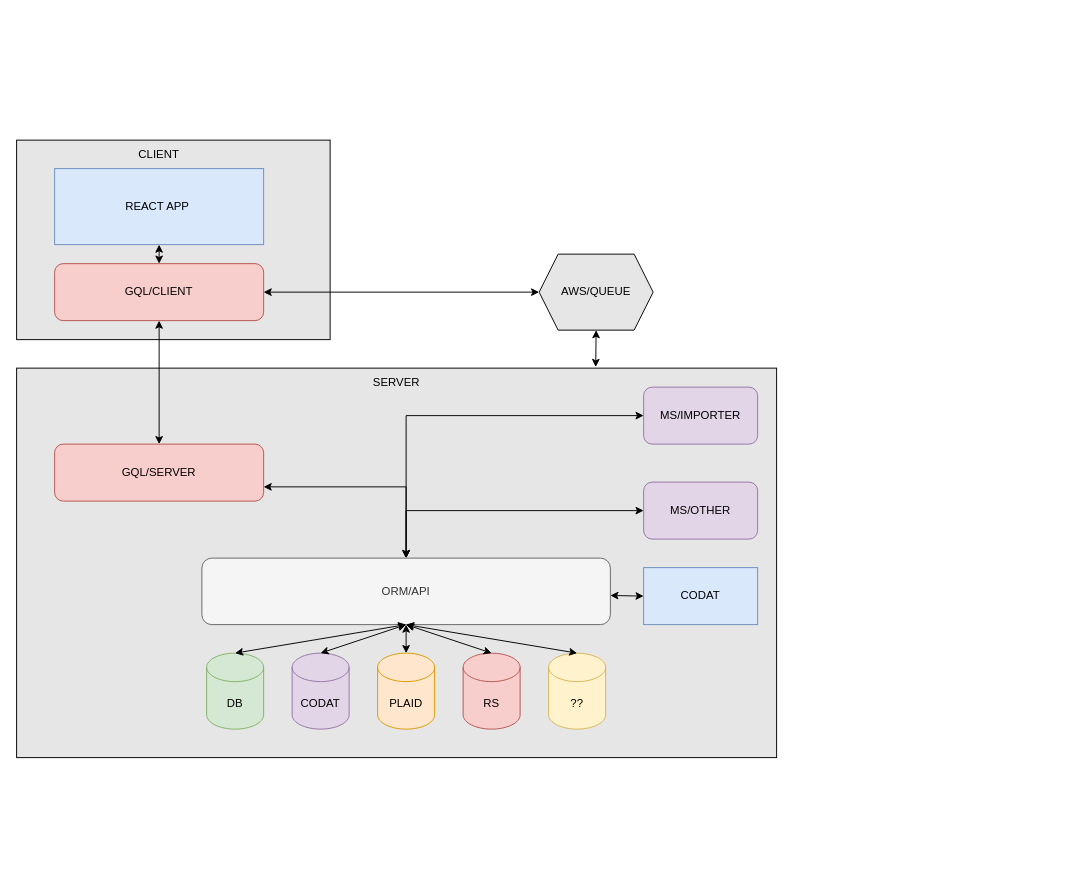
Before: Untitled Diagram.drawio in nudelx/dotstuff, a draw.io diagram. Source tidied: cells renumbered, new cells numbered last; positions are measured from the earlier drawing's top-left corner, leaving out a move shared by most shapes. Both pictures are drawn from the tidied source at 95%, with x=0, y=0 at pixel (16, 140). Pictures stored in the file or linked from it are replaced by grey dashed boxes.
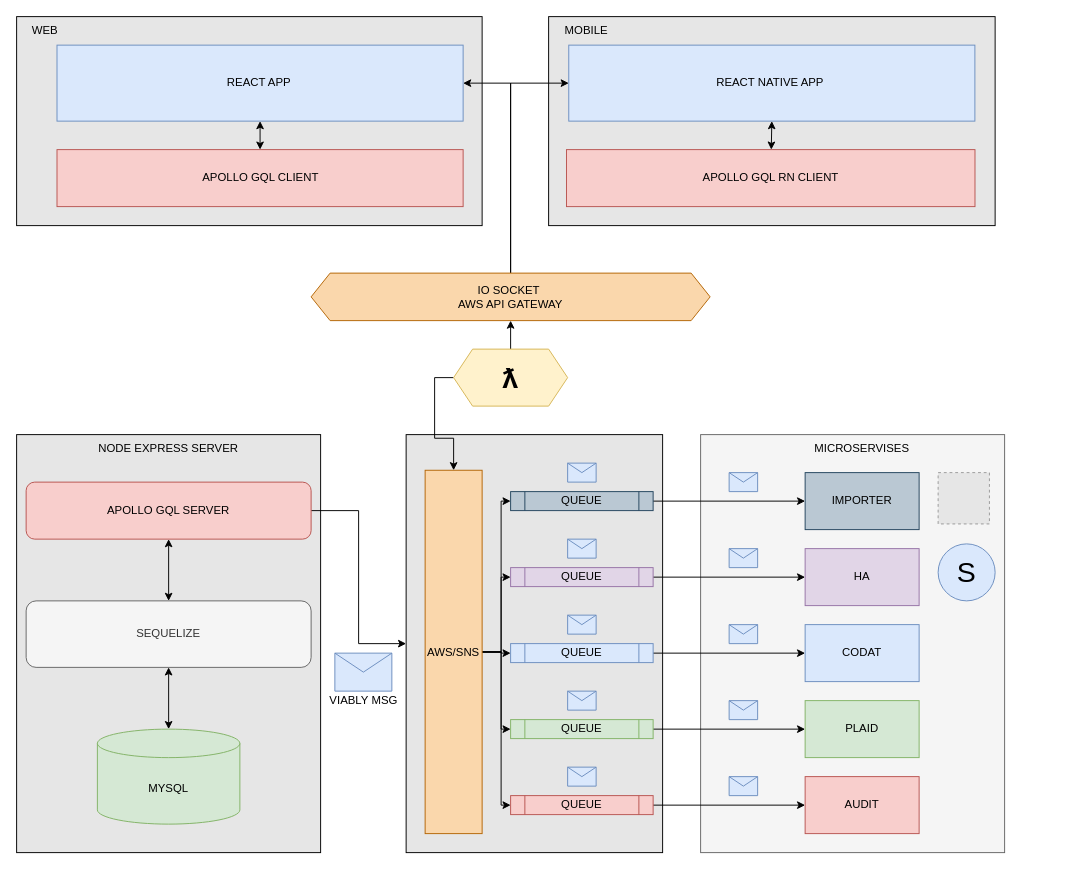
After the change.

Commit message:
viably arc Diagram.drawio

What changed in the source:
```diff
@@
+    <mxCell id="32" style="group;" parent="1" vertex="1">
+      <mxGeometry y="-130" width="490" height="220" as="geometry" />
+    </mxCell>
-    <mxCell id="2" style="whiteSpace=wrap;html=1;fillColor=#E6E6E6;" parent="1" vertex="1">
-      <mxGeometry width="330" height="210" as="geometry" />
+    <mxCell id="2" style="whiteSpace=wrap;html=1;fillColor=#E6E6E6;" parent="32" vertex="1">
+      <mxGeometry width="490" height="220" as="geometry" />
     </mxCell>
-    <mxCell id="3" style="whiteSpace=wrap;html=1;fillColor=#E6E6E6;" parent="1" vertex="1">
-      <mxGeometry y="240" width="800" height="410" as="geometry" />
-    </mxCell>
-    <mxCell id="4" value="REACT APP&amp;nbsp;" style="rounded=0;whiteSpace=wrap;html=1;fillColor=#dae8fc;strokeColor=#6c8ebf;" parent="1" vertex="1">
-      <mxGeometry x="40" y="30" width="220" height="80" as="geometry" />
+    <mxCell id="4" value="REACT APP&amp;nbsp;" style="rounded=0;whiteSpace=wrap;html=1;fillColor=#dae8fc;strokeColor=#6c8ebf;" parent="32" vertex="1">
+      <mxGeometry x="42.5" y="30" width="427.5" height="80" as="geometry" />
     </mxCell>
-    <mxCell id="5" value="GQL/CLIENT" style="rounded=1;whiteSpace=wrap;html=1;fillColor=#f8cecc;strokeColor=#b85450;" parent="1" vertex="1">
-      <mxGeometry x="40" y="130" width="220" height="60" as="geometry" />
+    <mxCell id="5" value="APOLLO GQL CLIENT" style="rounded=0;whiteSpace=wrap;html=1;fillColor=#f8cecc;strokeColor=#b85450;" parent="32" vertex="1">
+      <mxGeometry x="42.5" y="140" width="427.5" height="60" as="geometry" />
     </mxCell>
+    <mxCell id="9" style="endArrow=classic;startArrow=classic;html=1;rounded=0;entryX=0.5;entryY=1;entryDx=0;entryDy=0;" parent="32" edge="1" source="5" target="4">
+      <mxGeometry relative="1" as="geometry" />
+    </mxCell>
+    <mxCell id="26" value="WEB" style="text;html=1;strokeColor=none;fillColor=none;align=center;verticalAlign=middle;whiteSpace=wrap;rounded=0;" parent="32" vertex="1">
+      <mxGeometry width="60" height="30" as="geometry" />
+    </mxCell>
+    <mxCell id="33" style="group;" parent="1" vertex="1">
+      <mxGeometry x="560" y="-130" width="470" height="220" as="geometry" />
+    </mxCell>
+    <mxCell id="34" style="whiteSpace=wrap;html=1;fillColor=#E6E6E6;" parent="33" vertex="1">
+      <mxGeometry width="470" height="220" as="geometry" />
+    </mxCell>
+    <mxCell id="35" value="REACT NATIVE APP&amp;nbsp;" style="rounded=0;whiteSpace=wrap;html=1;fillColor=#dae8fc;strokeColor=#6c8ebf;" parent="33" vertex="1">
+      <mxGeometry x="21.2" y="30" width="427.5" height="80" as="geometry" />
+    </mxCell>
+    <mxCell id="36" value="APOLLO GQL RN CLIENT" style="rounded=0;whiteSpace=wrap;html=1;fillColor=#f8cecc;strokeColor=#b85450;" parent="33" vertex="1">
+      <mxGeometry x="18.8" y="140" width="430" height="60" as="geometry" />
+    </mxCell>
+    <mxCell id="37" style="endArrow=classic;startArrow=classic;html=1;rounded=0;entryX=0.5;entryY=1;entryDx=0;entryDy=0;" parent="33" edge="1" source="36" target="35">
+      <mxGeometry relative="1" as="geometry" />
+    </mxCell>
+    <mxCell id="38" value="MOBILE" style="text;html=1;strokeColor=none;fillColor=none;align=center;verticalAlign=middle;whiteSpace=wrap;rounded=0;" parent="33" vertex="1">
+      <mxGeometry x="10" width="60" height="30" as="geometry" />
+    </mxCell>
+    <mxCell id="39" style="group;" parent="1" vertex="1">
+      <mxGeometry y="300" width="1088" height="450" as="geometry" />
+    </mxCell>
+    <mxCell id="40" style="whiteSpace=wrap;html=1;fillColor=#E6E6E6;" parent="39" vertex="1">
+      <mxGeometry x="410" y="10" width="270" height="440" as="geometry" />
+    </mxCell>
+    <mxCell id="41" style="whiteSpace=wrap;html=1;fillColor=#f5f5f5;strokeColor=#666666;fontColor=#333333;" parent="39" vertex="1">
+      <mxGeometry x="720" y="10" width="320" height="440" as="geometry" />
+    </mxCell>
+    <mxCell id="3" style="whiteSpace=wrap;html=1;fillColor=#E6E6E6;" parent="39" vertex="1">
+      <mxGeometry y="10" width="320" height="440" as="geometry" />
+    </mxCell>
-    <mxCell id="6" value="DB" style="shape=cylinder3;whiteSpace=wrap;html=1;boundedLbl=1;backgroundOutline=1;size=15;fillColor=#d5e8d4;strokeColor=#82b366;" parent="1" vertex="1">
-      <mxGeometry x="200" y="540" width="60" height="80" as="geometry" />
+    <mxCell id="6" value="MYSQL" style="shape=cylinder3;whiteSpace=wrap;html=1;boundedLbl=1;backgroundOutline=1;size=15;fillColor=#d5e8d4;strokeColor=#82b366;" parent="39" vertex="1">
+      <mxGeometry x="85" y="320" width="150" height="100" as="geometry" />
     </mxCell>
-    <mxCell id="7" value="CODAT" style="shape=cylinder3;whiteSpace=wrap;html=1;boundedLbl=1;backgroundOutline=1;size=15;fillColor=#e1d5e7;strokeColor=#9673a6;" parent="1" vertex="1">
-      <mxGeometry x="290" y="540" width="60" height="80" as="geometry" />
-    </mxCell>
-    <mxCell id="8" value="PLAID" style="shape=cylinder3;whiteSpace=wrap;html=1;boundedLbl=1;backgroundOutline=1;size=15;fillColor=#ffe6cc;strokeColor=#d79b00;" parent="1" vertex="1">
-      <mxGeometry x="380" y="540" width="60" height="80" as="geometry" />
-    </mxCell>
-    <mxCell id="9" style="endArrow=classic;startArrow=classic;html=1;rounded=0;entryX=0.5;entryY=1;entryDx=0;entryDy=0;" parent="1" edge="1" source="5" target="4">
-      <mxGeometry relative="1" as="geometry" />
-    </mxCell>
-    <mxCell id="10" value="SERVER" style="text;html=1;strokeColor=none;fillColor=none;align=center;verticalAlign=middle;whiteSpace=wrap;rounded=0;" parent="1" vertex="1">
-      <mxGeometry x="370" y="240" width="60" height="30" as="geometry" />
+    <mxCell id="10" value="NODE EXPRESS SERVER" style="text;html=1;strokeColor=none;fillColor=none;align=center;verticalAlign=middle;whiteSpace=wrap;rounded=0;" parent="39" vertex="1">
+      <mxGeometry x="50" y="10" width="220" height="30" as="geometry" />
     </mxCell>
+    <mxCell id="42" style="edgeStyle=orthogonalEdgeStyle;rounded=0;jettySize=auto;html=1;exitX=1;exitY=0.5;exitDx=0;exitDy=0;" parent="39" edge="1" source="11" target="40">
+      <mxGeometry relative="1" as="geometry" />
+    </mxCell>
-    <mxCell id="11" value="GQL/SERVER" style="rounded=1;whiteSpace=wrap;html=1;fillColor=#f8cecc;strokeColor=#b85450;" parent="1" vertex="1">
-      <mxGeometry x="40" y="320" width="220" height="60" as="geometry" />
+    <mxCell id="11" value="APOLLO GQL SERVER" style="rounded=1;whiteSpace=wrap;html=1;fillColor=#f8cecc;strokeColor=#b85450;" parent="39" vertex="1">
+      <mxGeometry x="10" y="60" width="300" height="60" as="geometry" />
     </mxCell>
-    <mxCell id="12" value="MS/IMPORTER" style="rounded=1;whiteSpace=wrap;html=1;fillColor=#e1d5e7;strokeColor=#9673a6;" parent="1" vertex="1">
-      <mxGeometry x="660" y="260" width="120" height="60" as="geometry" />
+    <mxCell id="12" value="IMPORTER" style="rounded=0;whiteSpace=wrap;html=1;fillColor=#bac8d3;strokeColor=#23445d;" parent="39" vertex="1">
+      <mxGeometry x="830" y="50" width="120" height="60" as="geometry" />
     </mxCell>
-    <mxCell id="13" value="MS/OTHER" style="rounded=1;whiteSpace=wrap;html=1;fillColor=#e1d5e7;strokeColor=#9673a6;" parent="1" vertex="1">
-      <mxGeometry x="660" y="360" width="120" height="60" as="geometry" />
+    <mxCell id="13" value="HA" style="rounded=0;whiteSpace=wrap;html=1;fillColor=#e1d5e7;strokeColor=#9673a6;glass=0;" parent="39" vertex="1">
+      <mxGeometry x="830" y="130" width="120" height="60" as="geometry" />
     </mxCell>
-    <mxCell id="14" value="RS" style="shape=cylinder3;whiteSpace=wrap;html=1;boundedLbl=1;backgroundOutline=1;size=15;fillColor=#f8cecc;strokeColor=#b85450;" parent="1" vertex="1">
-      <mxGeometry x="470" y="540" width="60" height="80" as="geometry" />
-    </mxCell>
-    <mxCell id="15" value="??" style="shape=cylinder3;whiteSpace=wrap;html=1;boundedLbl=1;backgroundOutline=1;size=15;fillColor=#fff2cc;strokeColor=#d6b656;" parent="1" vertex="1">
-      <mxGeometry x="560" y="540" width="60" height="80" as="geometry" />
-    </mxCell>
-    <mxCell id="16" value="ORM/API" style="rounded=1;whiteSpace=wrap;html=1;fillColor=#f5f5f5;fontColor=#333333;strokeColor=#666666;" parent="1" vertex="1">
-      <mxGeometry x="195" y="440" width="430" height="70" as="geometry" />
+    <mxCell id="16" value="SEQUELIZE" style="rounded=1;whiteSpace=wrap;html=1;fillColor=#f5f5f5;fontColor=#333333;strokeColor=#666666;" parent="39" vertex="1">
+      <mxGeometry x="10" y="185" width="300" height="70" as="geometry" />
     </mxCell>
-    <mxCell id="17" style="endArrow=classic;startArrow=classic;html=1;rounded=0;entryX=0.5;entryY=1;entryDx=0;entryDy=0;" parent="1" edge="1" source="11" target="5">
-      <mxGeometry relative="1" as="geometry" />
-    </mxCell>
-    <mxCell id="18" style="endArrow=classic;startArrow=classic;html=1;rounded=0;entryX=1;entryY=0.75;entryDx=0;entryDy=0;" parent="1" edge="1" target="11">
-      <mxGeometry relative="1" as="geometry">
-        <mxPoint x="410" y="440" as="sourcePoint" />
-        <Array as="points">
-          <mxPoint x="410" y="365" />
-        </Array>
-      </mxGeometry>
-    </mxCell>
-    <mxCell id="19" style="endArrow=classic;startArrow=classic;html=1;rounded=0;entryX=0;entryY=0.5;entryDx=0;entryDy=0;" parent="1" edge="1" target="12">
-      <mxGeometry relative="1" as="geometry">
-        <mxPoint x="410" y="440" as="sourcePoint" />
-        <Array as="points">
-          <mxPoint x="410" y="290" />
-        </Array>
-      </mxGeometry>
-    </mxCell>
-    <mxCell id="20" style="endArrow=classic;startArrow=classic;html=1;rounded=0;entryX=0;entryY=0.5;entryDx=0;entryDy=0;" parent="1" edge="1" target="13">
-      <mxGeometry relative="1" as="geometry">
-        <mxPoint x="410" y="440" as="sourcePoint" />
-        <Array as="points">
-          <mxPoint x="410" y="390" />
-        </Array>
-      </mxGeometry>
-    </mxCell>
+    <mxCell id="27" value="CODAT" style="rounded=0;whiteSpace=wrap;html=1;fillColor=#dae8fc;strokeColor=#6c8ebf;" parent="39" vertex="1">
+      <mxGeometry x="830" y="210" width="120" height="60" as="geometry" />
+    </mxCell>
+    <mxCell id="43" value="MICROSERVISES" style="text;html=1;strokeColor=none;fillColor=none;align=center;verticalAlign=middle;whiteSpace=wrap;rounded=0;" parent="39" vertex="1">
+      <mxGeometry x="780" y="10" width="220" height="30" as="geometry" />
+    </mxCell>
+    <mxCell id="44" style="shape=message;html=1;whiteSpace=wrap;html=1;fillColor=#dae8fc;strokeColor=#6c8ebf;" parent="39" vertex="1">
+      <mxGeometry x="335" y="240" width="60" height="40" as="geometry" />
+    </mxCell>
+    <mxCell id="45" value="VIABLY MSG" style="text;html=1;align=center;verticalAlign=middle;strokeColor=none;fillColor=none;" parent="39" vertex="1">
+      <mxGeometry x="320" y="280" width="90" height="20" as="geometry" />
+    </mxCell>
+    <mxCell id="8" value="PLAID" style="rounded=0;whiteSpace=wrap;html=1;fillColor=#d5e8d4;strokeColor=#82b366;" parent="39" vertex="1">
+      <mxGeometry x="830" y="290" width="120" height="60" as="geometry" />
+    </mxCell>
+    <mxCell id="46" value="AUDIT" style="rounded=0;whiteSpace=wrap;html=1;fillColor=#f8cecc;strokeColor=#b85450;" parent="39" vertex="1">
+      <mxGeometry x="830" y="370" width="120" height="60" as="geometry" />
+    </mxCell>
+    <mxCell id="47" style="edgeStyle=orthogonalEdgeStyle;rounded=0;jettySize=auto;html=1;exitX=1;exitY=0.5;exitDx=0;exitDy=0;entryX=0;entryY=0.5;entryDx=0;entryDy=0;" parent="39" edge="1" source="48" target="12">
+      <mxGeometry relative="1" as="geometry" />
+    </mxCell>
+    <mxCell id="48" value="&lt;span&gt;QUEUE&lt;/span&gt;" style="shape=process;whiteSpace=wrap;html=1;backgroundOutline=1;rounded=0;glass=0;fillColor=#bac8d3;strokeColor=#23445d;" parent="39" vertex="1">
+      <mxGeometry x="520" y="70" width="150" height="20" as="geometry" />
+    </mxCell>
+    <mxCell id="49" style="edgeStyle=orthogonalEdgeStyle;rounded=0;jettySize=auto;html=1;exitX=1;exitY=0.5;exitDx=0;exitDy=0;entryX=0;entryY=0.5;entryDx=0;entryDy=0;" parent="39" edge="1" source="50" target="13">
+      <mxGeometry relative="1" as="geometry" />
+    </mxCell>
+    <mxCell id="50" value="QUEUE" style="shape=process;whiteSpace=wrap;html=1;backgroundOutline=1;rounded=0;glass=0;fillColor=#e1d5e7;strokeColor=#9673a6;" parent="39" vertex="1">
+      <mxGeometry x="520" y="150" width="150" height="20" as="geometry" />
+    </mxCell>
+    <mxCell id="51" style="edgeStyle=orthogonalEdgeStyle;rounded=0;jettySize=auto;html=1;exitX=1;exitY=0.5;exitDx=0;exitDy=0;entryX=0;entryY=0.5;entryDx=0;entryDy=0;" parent="39" edge="1" source="52" target="27">
+      <mxGeometry relative="1" as="geometry" />
+    </mxCell>
+    <mxCell id="52" value="&lt;span&gt;QUEUE&lt;/span&gt;" style="shape=process;whiteSpace=wrap;html=1;backgroundOutline=1;rounded=0;glass=0;fillColor=#dae8fc;strokeColor=#6c8ebf;" parent="39" vertex="1">
+      <mxGeometry x="520" y="230" width="150" height="20" as="geometry" />
+    </mxCell>
+    <mxCell id="53" style="edgeStyle=orthogonalEdgeStyle;rounded=0;jettySize=auto;html=1;exitX=1;exitY=0.5;exitDx=0;exitDy=0;entryX=0;entryY=0.5;entryDx=0;entryDy=0;" parent="39" edge="1" source="54" target="8">
+      <mxGeometry relative="1" as="geometry" />
+    </mxCell>
+    <mxCell id="54" value="&lt;span&gt;QUEUE&lt;/span&gt;" style="shape=process;whiteSpace=wrap;html=1;backgroundOutline=1;rounded=0;glass=0;fillColor=#d5e8d4;strokeColor=#82b366;" parent="39" vertex="1">
+      <mxGeometry x="520" y="310" width="150" height="20" as="geometry" />
+    </mxCell>
+    <mxCell id="55" style="edgeStyle=orthogonalEdgeStyle;rounded=0;jettySize=auto;html=1;exitX=1;exitY=0.5;exitDx=0;exitDy=0;entryX=0;entryY=0.5;entryDx=0;entryDy=0;" parent="39" edge="1" source="56" target="46">
+      <mxGeometry relative="1" as="geometry" />
+    </mxCell>
+    <mxCell id="56" value="&lt;span&gt;QUEUE&lt;/span&gt;" style="shape=process;whiteSpace=wrap;html=1;backgroundOutline=1;rounded=0;glass=0;fillColor=#f8cecc;strokeColor=#b85450;" parent="39" vertex="1">
+      <mxGeometry x="520" y="390" width="150" height="20" as="geometry" />
+    </mxCell>
+    <mxCell id="57" style="shape=message;html=1;whiteSpace=wrap;html=1;fillColor=#dae8fc;strokeColor=#6c8ebf;" parent="39" vertex="1">
+      <mxGeometry x="580" y="40" width="30" height="20" as="geometry" />
+    </mxCell>
+    <mxCell id="58" style="shape=message;html=1;whiteSpace=wrap;html=1;fillColor=#dae8fc;strokeColor=#6c8ebf;" parent="39" vertex="1">
+      <mxGeometry x="580" y="120" width="30" height="20" as="geometry" />
+    </mxCell>
+    <mxCell id="59" style="shape=message;html=1;whiteSpace=wrap;html=1;fillColor=#dae8fc;strokeColor=#6c8ebf;" parent="39" vertex="1">
+      <mxGeometry x="580" y="200" width="30" height="20" as="geometry" />
+    </mxCell>
+    <mxCell id="60" style="shape=message;html=1;whiteSpace=wrap;html=1;fillColor=#dae8fc;strokeColor=#6c8ebf;" parent="39" vertex="1">
+      <mxGeometry x="580" y="280" width="30" height="20" as="geometry" />
+    </mxCell>
+    <mxCell id="61" style="shape=message;html=1;whiteSpace=wrap;html=1;fillColor=#dae8fc;strokeColor=#6c8ebf;" parent="39" vertex="1">
+      <mxGeometry x="580" y="360" width="30" height="20" as="geometry" />
+    </mxCell>
+    <mxCell id="62" style="endArrow=classic;startArrow=classic;html=1;rounded=0;entryX=0.5;entryY=1;entryDx=0;entryDy=0;" parent="39" edge="1" source="16" target="11">
+      <mxGeometry relative="1" as="geometry" />
+    </mxCell>
-    <mxCell id="21" style="endArrow=classic;startArrow=classic;html=1;rounded=0;entryX=0.5;entryY=1;entryDx=0;entryDy=0;exitX=0.5;exitY=0;exitDx=0;exitDy=0;exitPerimeter=0;" parent="1" edge="1" source="6" target="16">
+    <mxCell id="21" style="endArrow=classic;startArrow=classic;html=1;rounded=0;entryX=0.5;entryY=1;entryDx=0;entryDy=0;exitX=0.5;exitY=0;exitDx=0;exitDy=0;exitPerimeter=0;" parent="39" edge="1" source="6" target="16">
       <mxGeometry relative="1" as="geometry" />
     </mxCell>
-    <mxCell id="22" style="endArrow=classic;startArrow=classic;html=1;rounded=0;entryX=0.5;entryY=1;entryDx=0;entryDy=0;exitX=0.5;exitY=0;exitDx=0;exitDy=0;exitPerimeter=0;" parent="1" edge="1" source="7" target="16">
-      <mxGeometry relative="1" as="geometry" />
-    </mxCell>
-    <mxCell id="23" style="endArrow=classic;startArrow=classic;html=1;rounded=0;" parent="1" edge="1" source="8">
-      <mxGeometry relative="1" as="geometry">
-        <mxPoint x="410" y="510" as="targetPoint" />
-      </mxGeometry>
-    </mxCell>
-    <mxCell id="24" style="endArrow=classic;startArrow=classic;html=1;rounded=0;entryX=0.5;entryY=1;entryDx=0;entryDy=0;exitX=0.5;exitY=0;exitDx=0;exitDy=0;exitPerimeter=0;" parent="1" edge="1" source="14" target="16">
-      <mxGeometry relative="1" as="geometry" />
-    </mxCell>
-    <mxCell id="25" style="endArrow=classic;startArrow=classic;html=1;rounded=0;entryX=0.5;entryY=0;entryDx=0;entryDy=0;entryPerimeter=0;" parent="1" edge="1" target="15">
-      <mxGeometry relative="1" as="geometry">
-        <mxPoint x="410" y="510" as="sourcePoint" />
-      </mxGeometry>
-    </mxCell>
-    <mxCell id="26" value="CLIENT" style="text;html=1;strokeColor=none;fillColor=none;align=center;verticalAlign=middle;whiteSpace=wrap;rounded=0;" parent="1" vertex="1">
-      <mxGeometry x="120" width="60" height="30" as="geometry" />
-    </mxCell>
-    <mxCell id="27" value="CODAT" style="rounded=0;whiteSpace=wrap;html=1;fillColor=#dae8fc;strokeColor=#6c8ebf;" parent="1" vertex="1">
-      <mxGeometry x="660" y="450" width="120" height="60" as="geometry" />
-    </mxCell>
-    <mxCell id="28" style="endArrow=classic;startArrow=classic;html=1;rounded=0;entryX=0;entryY=0.5;entryDx=0;entryDy=0;" parent="1" edge="1" source="16" target="27">
-      <mxGeometry relative="1" as="geometry" />
-    </mxCell>
-    <mxCell id="29" style="endArrow=classic;startArrow=classic;html=1;rounded=0;entryX=0;entryY=0.5;entryDx=0;entryDy=0;" parent="1" edge="1" source="5" target="31">
-      <mxGeometry relative="1" as="geometry" />
-    </mxCell>
-    <mxCell id="30" style="endArrow=classic;startArrow=classic;html=1;rounded=0;entryX=0.5;entryY=1;entryDx=0;entryDy=0;exitX=0.762;exitY=-0.003;exitDx=0;exitDy=0;exitPerimeter=0;" parent="1" edge="1" source="3" target="31">
-      <mxGeometry relative="1" as="geometry" />
-    </mxCell>
-    <mxCell id="31" value="AWS/QUEUE" style="shape=hexagon;perimeter=hexagonPerimeter2;whiteSpace=wrap;html=1;fixedSize=1;fillColor=#E6E6E6;" parent="1" vertex="1">
-      <mxGeometry x="550" y="120" width="120" height="80" as="geometry" />
-    </mxCell>
+    <mxCell id="63" style="edgeStyle=orthogonalEdgeStyle;rounded=0;jettySize=auto;html=1;exitX=1;exitY=0.5;exitDx=0;exitDy=0;" parent="39" edge="1" source="68" target="48">
+      <mxGeometry relative="1" as="geometry" />
+    </mxCell>
+    <mxCell id="64" style="edgeStyle=orthogonalEdgeStyle;rounded=0;jettySize=auto;html=1;exitX=1;exitY=0.5;exitDx=0;exitDy=0;entryX=0;entryY=0.5;entryDx=0;entryDy=0;" parent="39" edge="1" source="68" target="50">
+      <mxGeometry relative="1" as="geometry" />
+    </mxCell>
+    <mxCell id="65" style="edgeStyle=orthogonalEdgeStyle;rounded=0;jettySize=auto;html=1;exitX=1;exitY=0.5;exitDx=0;exitDy=0;" parent="39" edge="1" source="68" target="52">
+      <mxGeometry relative="1" as="geometry" />
+    </mxCell>
+    <mxCell id="66" style="edgeStyle=orthogonalEdgeStyle;rounded=0;jettySize=auto;html=1;exitX=1;exitY=0.5;exitDx=0;exitDy=0;entryX=0;entryY=0.5;entryDx=0;entryDy=0;" parent="39" edge="1" source="68" target="54">
+      <mxGeometry relative="1" as="geometry" />
+    </mxCell>
+    <mxCell id="67" style="edgeStyle=orthogonalEdgeStyle;rounded=0;jettySize=auto;html=1;exitX=1;exitY=0.5;exitDx=0;exitDy=0;entryX=0;entryY=0.5;entryDx=0;entryDy=0;" parent="39" edge="1" source="68" target="56">
+      <mxGeometry relative="1" as="geometry" />
+    </mxCell>
+    <mxCell id="68" value="AWS/SNS" style="rounded=0;whiteSpace=wrap;html=1;glass=0;fillColor=#fad7ac;strokeColor=#b46504;" parent="39" vertex="1">
+      <mxGeometry x="430" y="47.5" width="60" height="382.5" as="geometry" />
+    </mxCell>
+    <mxCell id="69" style="shape=message;html=1;whiteSpace=wrap;html=1;fillColor=#dae8fc;strokeColor=#6c8ebf;" parent="39" vertex="1">
+      <mxGeometry x="750" y="50" width="30" height="20" as="geometry" />
+    </mxCell>
+    <mxCell id="70" style="shape=message;html=1;whiteSpace=wrap;html=1;fillColor=#dae8fc;strokeColor=#6c8ebf;" parent="39" vertex="1">
+      <mxGeometry x="750" y="130" width="30" height="20" as="geometry" />
+    </mxCell>
+    <mxCell id="71" style="shape=message;html=1;whiteSpace=wrap;html=1;fillColor=#dae8fc;strokeColor=#6c8ebf;" parent="39" vertex="1">
+      <mxGeometry x="750" y="210" width="30" height="20" as="geometry" />
+    </mxCell>
+    <mxCell id="72" style="shape=message;html=1;whiteSpace=wrap;html=1;fillColor=#dae8fc;strokeColor=#6c8ebf;" parent="39" vertex="1">
+      <mxGeometry x="750" y="290" width="30" height="20" as="geometry" />
+    </mxCell>
+    <mxCell id="73" style="shape=message;html=1;whiteSpace=wrap;html=1;fillColor=#dae8fc;strokeColor=#6c8ebf;" parent="39" vertex="1">
+      <mxGeometry x="750" y="370" width="30" height="20" as="geometry" />
+    </mxCell>
+    <mxCell id="74" style="fillColor=#E6E6E6;strokeColor=#999999;dashed=1;html=1;verticalAlign=top;verticalLabelPosition=bottom;labelBackgroundColor=#ffffff;fontSize=30;" parent="39" vertex="1">
+      <mxGeometry x="970" y="50" width="54" height="54" as="geometry" />
+    </mxCell>
+    <mxCell id="75" value="S" style="ellipse;whiteSpace=wrap;html=1;rounded=0;glass=0;fontSize=30;fillColor=#dae8fc;strokeColor=#6c8ebf;" parent="39" vertex="1">
+      <mxGeometry x="970" y="125" width="60" height="60" as="geometry" />
+    </mxCell>
+    <mxCell id="76" style="edgeStyle=orthogonalEdgeStyle;rounded=0;jettySize=auto;html=1;exitX=0.5;exitY=0;exitDx=0;exitDy=0;entryX=1;entryY=0.5;entryDx=0;entryDy=0;fontSize=30;" parent="1" edge="1" source="78" target="4">
+      <mxGeometry relative="1" as="geometry" />
+    </mxCell>
+    <mxCell id="77" style="edgeStyle=orthogonalEdgeStyle;rounded=0;jettySize=auto;html=1;exitX=0.5;exitY=0;exitDx=0;exitDy=0;entryX=0;entryY=0.5;entryDx=0;entryDy=0;fontSize=30;" parent="1" edge="1" source="78" target="35">
+      <mxGeometry relative="1" as="geometry" />
+    </mxCell>
+    <mxCell id="78" value="IO SOCKET&amp;nbsp;&lt;br&gt;AWS API GATEWAY" style="shape=hexagon;perimeter=hexagonPerimeter2;whiteSpace=wrap;html=1;fixedSize=1;rounded=0;glass=0;fillColor=#fad7ac;strokeColor=#b46504;" parent="1" vertex="1">
+      <mxGeometry x="310" y="140" width="420" height="50" as="geometry" />
+    </mxCell>
+    <mxCell id="79" style="edgeStyle=orthogonalEdgeStyle;rounded=0;jettySize=auto;html=1;exitX=0.5;exitY=0;exitDx=0;exitDy=0;entryX=0.5;entryY=1;entryDx=0;entryDy=0;fontSize=30;" parent="1" edge="1" source="81" target="78">
+      <mxGeometry relative="1" as="geometry" />
+    </mxCell>
+    <mxCell id="80" style="edgeStyle=orthogonalEdgeStyle;rounded=0;jettySize=auto;html=1;fontSize=30;exitX=0;exitY=0.5;exitDx=0;exitDy=0;" parent="1" edge="1" source="81" target="68">
+      <mxGeometry relative="1" as="geometry" />
+    </mxCell>
+    <mxCell id="81" value="&lt;font style=&quot;font-size: 30px&quot;&gt;&lt;b&gt;ƛ&lt;/b&gt;&lt;/font&gt;" style="shape=hexagon;perimeter=hexagonPerimeter2;whiteSpace=wrap;html=1;fixedSize=1;rounded=0;glass=0;fillColor=#fff2cc;strokeColor=#d6b656;" parent="1" vertex="1">
+      <mxGeometry x="460" y="220" width="120" height="60" as="geometry" />
+    </mxCell>
```
